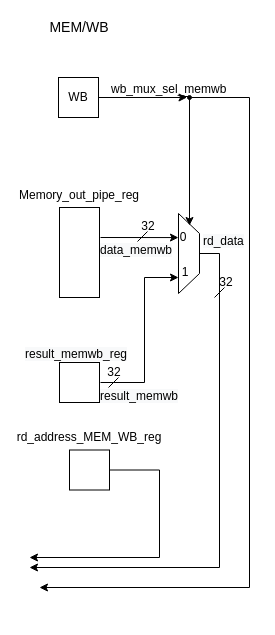
This is lab3/writeback.drawio from Dragosk97/ISA-laboratories, a draw.io file, before an edit. Source tidied: cells renumbered, new cells numbered last; positions are measured from the earlier drawing's top-left corner, leaving out a move shared by most shapes. Both pictures are drawn from the tidied source at 100%, with x=0, y=0 at pixel (23, 17).
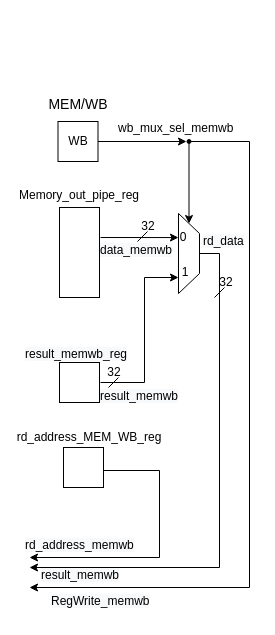
After the change.

The change refers to these unchanged cells:
```xml
<mxCell id="6" style="shape=trapezoid;perimeter=trapezoidPerimeter;whiteSpace=wrap;html=1;fixedSize=1;fillColor=#FFFFFF;direction=south;" parent="1" vertex="1">
  <mxGeometry x="155" y="196" width="21" height="80" as="geometry" />
</mxCell>
```

Diff of the diagram source:
```diff
@@
     <mxCell id="4" value="&lt;font style=&quot;font-size: 14px&quot;&gt;MEM/WB&lt;/font&gt;" style="text;html=1;strokeColor=none;fillColor=none;align=center;verticalAlign=middle;whiteSpace=wrap;rounded=0;dashed=1;" parent="1" vertex="1">
-      <mxGeometry x="36" width="40" height="20" as="geometry" />
+      <mxGeometry x="34.5" y="76.5" width="40" height="20" as="geometry" />
     </mxCell>
@@
     <mxCell id="9" value="WB" style="rounded=0;whiteSpace=wrap;html=1;" parent="1" vertex="1">
-      <mxGeometry x="35" y="60" width="40" height="40" as="geometry" />
+      <mxGeometry x="34.5" y="104" width="40" height="40" as="geometry" />
     </mxCell>
@@
     <mxCell id="11" style="rounded=0;whiteSpace=wrap;html=1;" parent="1" vertex="1">
-      <mxGeometry x="46" y="432.5" width="40" height="40" as="geometry" />
+      <mxGeometry x="40" y="430" width="40" height="40" as="geometry" />
     </mxCell>
@@
-    <mxCell id="23" style="edgeStyle=orthogonalEdgeStyle;rounded=0;orthogonalLoop=1;jettySize=auto;html=1;exitX=0.9;exitY=0.5;exitDx=0;exitDy=0;exitPerimeter=0;entryX=0.75;entryY=0;entryDx=0;entryDy=0;" parent="1" edge="1">
-      <mxGeometry relative="1" as="geometry">
-        <mxPoint x="158" y="79" as="sourcePoint" />
-        <mxPoint x="166" y="208" as="targetPoint" />
-        <Array as="points">
-          <mxPoint x="166" y="79" />
-        </Array>
-      </mxGeometry>
-    </mxCell>
     <mxCell id="24" style="edgeStyle=orthogonalEdgeStyle;rounded=0;jettySize=auto;html=1;exitX=0.9;exitY=0.5;exitDx=0;exitDy=0;exitPerimeter=0;" parent="1" edge="1" source="25">
       <mxGeometry relative="1" as="geometry">
-        <mxPoint x="16" y="570" as="targetPoint" />
+        <mxPoint x="6" y="570" as="targetPoint" />
         <Array as="points">
-          <mxPoint x="226" y="80" />
+          <mxPoint x="226" y="124" />
           <mxPoint x="226" y="570" />
         </Array>
       </mxGeometry>
     </mxCell>
+    <mxCell id="32" style="edgeStyle=orthogonalEdgeStyle;rounded=0;jettySize=auto;html=1;entryX=0;entryY=0.5;entryDx=0;entryDy=0;" parent="1" edge="1" source="25" target="6">
+      <mxGeometry relative="1" as="geometry" />
+    </mxCell>
     <mxCell id="25" style="verticalLabelPosition=bottom;shadow=0;dashed=0;align=center;html=1;verticalAlign=top;shape=mxgraph.electrical.logic_gates.inverting_contact;fillColor=#000000;" parent="1" vertex="1">
-      <mxGeometry x="163.5" y="77.5" width="5" height="5" as="geometry" />
+      <mxGeometry x="163" y="121.5" width="5" height="5" as="geometry" />
     </mxCell>
@@
     <mxCell id="27" value="&lt;div style=&quot;text-align: center&quot;&gt;&lt;span&gt;&lt;font face=&quot;helvetica&quot;&gt;wb_mux_sel_memwb&lt;/font&gt;&lt;/span&gt;&lt;/div&gt;" style="text;whiteSpace=wrap;html=1;" parent="1" vertex="1">
-      <mxGeometry x="86" y="58" width="130" height="30" as="geometry" />
+      <mxGeometry x="93" y="96.5" width="130" height="30" as="geometry" />
     </mxCell>
@@
+    <mxCell id="33" value="&lt;span style=&quot;color: rgb(0 , 0 , 0) ; font-family: &amp;#34;helvetica&amp;#34; ; font-size: 12px ; font-style: normal ; font-weight: 400 ; letter-spacing: normal ; text-align: center ; text-indent: 0px ; text-transform: none ; word-spacing: 0px ; background-color: rgb(248 , 249 , 250) ; display: inline ; float: none&quot;&gt;RegWrite_memwb&lt;/span&gt;" style="text;whiteSpace=wrap;html=1;" parent="1" vertex="1">
+      <mxGeometry x="26" y="570" width="110" height="30" as="geometry" />
+    </mxCell>
+    <mxCell id="34" value="&lt;span style=&quot;color: rgb(0 , 0 , 0) ; font-family: &amp;#34;helvetica&amp;#34; ; font-size: 12px ; font-style: normal ; font-weight: 400 ; letter-spacing: normal ; text-align: center ; text-indent: 0px ; text-transform: none ; word-spacing: 0px ; background-color: rgb(248 , 249 , 250) ; display: inline ; float: none&quot;&gt;rd_address_memwb&lt;/span&gt;" style="text;whiteSpace=wrap;html=1;" parent="1" vertex="1">
+      <mxGeometry y="514" width="120" height="30" as="geometry" />
+    </mxCell>
+    <mxCell id="35" value="&lt;span style=&quot;color: rgb(0 , 0 , 0) ; font-family: &amp;#34;helvetica&amp;#34; ; font-size: 12px ; font-style: normal ; font-weight: 400 ; letter-spacing: normal ; text-align: center ; text-indent: 0px ; text-transform: none ; word-spacing: 0px ; background-color: rgb(248 , 249 , 250) ; display: inline ; float: none&quot;&gt;result_memwb&lt;/span&gt;" style="text;whiteSpace=wrap;html=1;" parent="1" vertex="1">
+      <mxGeometry x="16" y="544" width="90" height="30" as="geometry" />
+    </mxCell>
```
